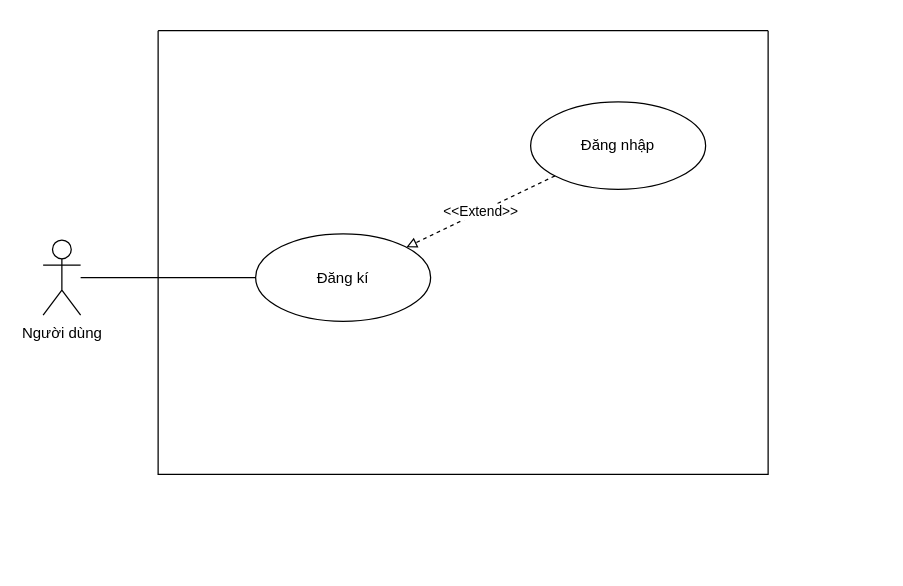
Above: Nam3_HK1/CNPM_SoftTech/Usecase Diagrams/UD_6_Warehourse.drawio in EdgarIgnite16/SGU-Course (draw.io), before the change. Source tidied: cells renumbered, new cells numbered last; positions are measured from the earlier drawing's top-left corner, leaving out a move shared by most shapes. Both pictures are drawn from the tidied source at 125%, with x=0, y=0 at pixel (42, 30).
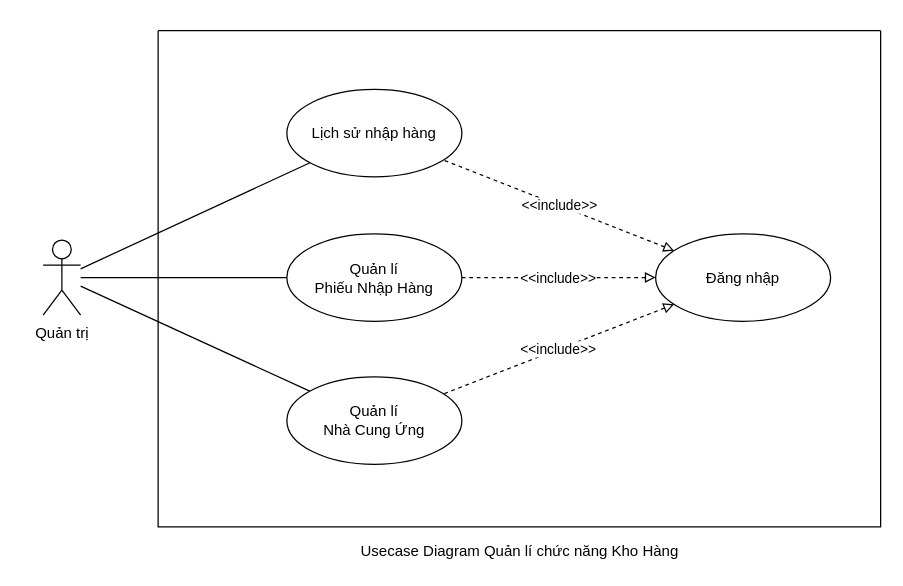
Above is the later version.

Diff of the diagram source:
```diff
@@
 <mxGraphModel>
   <root>
     <mxCell id="0" />
     <mxCell id="1" parent="0" />
     <mxCell id="2" style="rounded=0;jettySize=auto;html=1;endArrow=none;endFill=0;" parent="1" edge="1" source="3" target="5">
       <mxGeometry relative="1" as="geometry" />
     </mxCell>
-    <mxCell id="3" value="Người dùng" style="shape=umlActor;verticalLabelPosition=bottom;verticalAlign=top;html=1;outlineConnect=0;" parent="1" vertex="1">
+    <mxCell id="3" value="Quản trị" style="shape=umlActor;verticalLabelPosition=bottom;verticalAlign=top;html=1;outlineConnect=0;" parent="1" vertex="1">
       <mxGeometry y="167.5" width="30" height="60" as="geometry" />
     </mxCell>
     <mxCell id="4" style="swimlane;startSize=0;" parent="1" vertex="1">
-      <mxGeometry x="92" width="488" height="355" as="geometry" />
+      <mxGeometry x="92" width="578" height="397" as="geometry" />
     </mxCell>
-    <mxCell id="5" value="Đăng kí" style="ellipse;whiteSpace=wrap;html=1;" parent="4" vertex="1">
-      <mxGeometry x="78" y="162.5" width="140" height="70" as="geometry" />
+    <mxCell id="5" value="Quản lí &lt;br&gt;Phiếu Nhập Hàng" style="ellipse;whiteSpace=wrap;html=1;" parent="4" vertex="1">
+      <mxGeometry x="103" y="162.5" width="140" height="70" as="geometry" />
     </mxCell>
-    <mxCell id="6" value="&amp;lt;&amp;lt;Extend&amp;gt;&amp;gt;" style="jettySize=auto;html=1;strokeColor=default;rounded=0;dashed=1;endArrow=block;endFill=0;" parent="4" edge="1" source="7" target="5">
+    <mxCell id="6" value="&amp;lt;&amp;lt;include&amp;gt;&amp;gt;&lt;br&gt;" style="jettySize=auto;html=1;strokeColor=default;rounded=0;dashed=1;endArrow=none;endFill=0;startArrow=block;startFill=0;" parent="4" edge="1" source="7" target="5">
       <mxGeometry relative="1" as="geometry" />
     </mxCell>
     <mxCell id="7" value="Đăng nhập" style="ellipse;whiteSpace=wrap;html=1;" parent="4" vertex="1">
-      <mxGeometry x="298" y="57" width="140" height="70" as="geometry" />
+      <mxGeometry x="398" y="162.5" width="140" height="70" as="geometry" />
     </mxCell>
+    <mxCell id="9" value="Lịch sử nhập hàng" style="ellipse;whiteSpace=wrap;html=1;" parent="4" vertex="1">
+      <mxGeometry x="103" y="47" width="140" height="70" as="geometry" />
+    </mxCell>
+    <mxCell id="10" value="&amp;lt;&amp;lt;include&amp;gt;&amp;gt;&lt;br&gt;" style="jettySize=auto;html=1;strokeColor=default;rounded=0;dashed=1;endArrow=none;endFill=0;startArrow=block;startFill=0;" parent="4" edge="1" source="7" target="9">
+      <mxGeometry relative="1" as="geometry" />
+    </mxCell>
+    <mxCell id="11" value="Quản lí&lt;br&gt;Nhà Cung Ứng" style="ellipse;whiteSpace=wrap;html=1;" parent="4" vertex="1">
+      <mxGeometry x="103" y="277" width="140" height="70" as="geometry" />
+    </mxCell>
+    <mxCell id="12" value="&amp;lt;&amp;lt;include&amp;gt;&amp;gt;&lt;br&gt;" style="jettySize=auto;html=1;strokeColor=default;rounded=0;dashed=1;endArrow=none;endFill=0;startArrow=block;startFill=0;" parent="4" edge="1" source="7" target="11">
+      <mxGeometry relative="1" as="geometry" />
+    </mxCell>
     <mxCell id="8" style="edgeStyle=none;rounded=0;orthogonalLoop=1;jettySize=auto;html=1;exitX=0.5;exitY=0;exitDx=0;exitDy=0;dashed=1;strokeColor=default;" parent="1" edge="1" source="4" target="4">
       <mxGeometry relative="1" as="geometry" />
     </mxCell>
+    <mxCell id="13" value="Usecase Diagram Quản lí chức năng Kho Hàng" style="text;html=1;align=center;verticalAlign=middle;strokeColor=none;fillColor=none;" parent="1" vertex="1">
+      <mxGeometry x="246" y="407" width="270" height="20" as="geometry" />
+    </mxCell>
+    <mxCell id="14" style="rounded=0;jettySize=auto;html=1;endArrow=none;endFill=0;" parent="1" edge="1" source="3" target="9">
+      <mxGeometry relative="1" as="geometry" />
+    </mxCell>
+    <mxCell id="15" style="rounded=0;jettySize=auto;html=1;endArrow=none;endFill=0;" parent="1" edge="1" source="3" target="11">
+      <mxGeometry relative="1" as="geometry" />
+    </mxCell>
   </root>
 </mxGraphModel>
```
